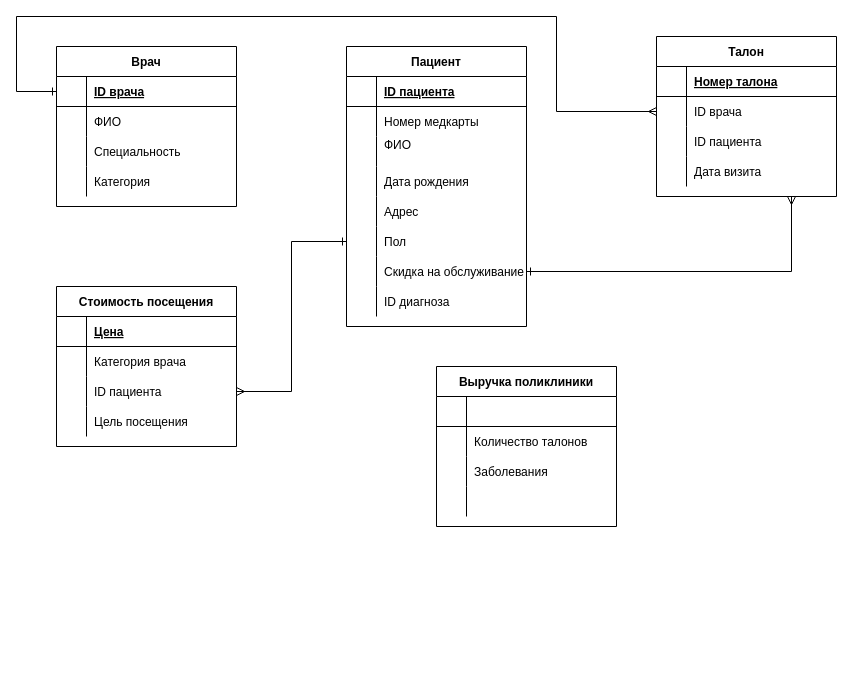
Above: Диаграмма без названия.drawio.xml in ValeriaLebedeva/ER_diagram (draw.io), before the change. Source tidied: cells renumbered, new cells numbered last; positions are measured from the earlier drawing's top-left corner, leaving out a move shared by most shapes. Both pictures are drawn from the tidied source at 100%, with x=0, y=0 at pixel (16, 16).
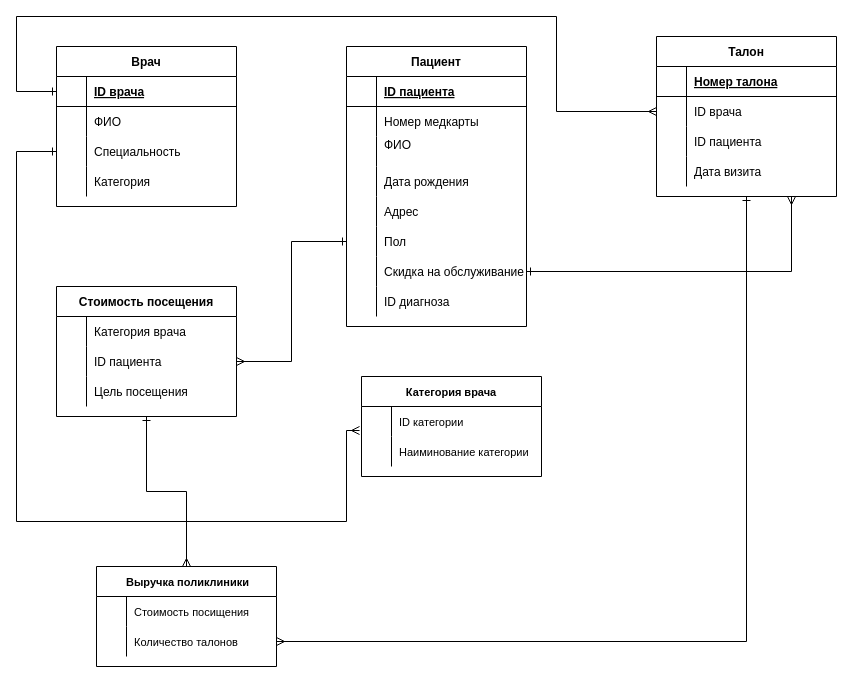
The same diagram, later.

The change refers to these unchanged cells:
```xml
<mxCell id="2" value="Врач" style="shape=table;startSize=30;childLayout=tableLayout;rowLines=0;fontStyle=1;align=center;" parent="1" vertex="1">
  <mxGeometry x="40" y="30" width="180" height="160" as="geometry" />
</mxCell>
<mxCell id="9" style="shape=tableRow;horizontal=0;startSize=0;swimlaneHead=0;swimlaneBody=0;fillColor=none;points=[[0,0.5],[1,0.5]];portConstraint=eastwest;top=0;left=0;right=0;bottom=0;" parent="2" vertex="1">
  <mxGeometry y="90" width="180" height="30" as="geometry" />
</mxCell>
<mxCell id="15" value="Талон" style="shape=table;startSize=30;childLayout=tableLayout;rowLines=0;fontStyle=1;align=center;" parent="1" vertex="1">
  <mxGeometry x="640" y="20" width="180" height="160" as="geometry" />
</mxCell>
<mxCell id="44" style="shape=tableRow;horizontal=0;startSize=0;swimlaneHead=0;swimlaneBody=0;fillColor=none;points=[[0,0.5],[1,0.5]];portConstraint=eastwest;top=0;left=0;right=0;bottom=0;" parent="28" vertex="1">
  <mxGeometry y="180" width="180" height="30" as="geometry" />
</mxCell>
```

Change to the diagram source:
```diff
@@
-    <mxCell id="6" style="shape=tableRow;horizontal=0;startSize=0;swimlaneHead=0;swimlaneBody=0;fillColor=none;top=0;left=0;right=0;bottom=0;" parent="2" vertex="1">
-      <mxGeometry y="60" width="180" height="30" as="geometry" />
-    </mxCell>
-    <mxCell id="7" style="shape=partialRectangle;fillColor=none;top=0;left=0;bottom=0;right=0;overflow=hidden;" parent="6" vertex="1">
-      <mxGeometry width="30" height="30" as="geometry" />
-    </mxCell>
+    <mxCell id="82" style="shape=tableRow;horizontal=0;startSize=0;swimlaneHead=0;swimlaneBody=0;fillColor=none;top=0;left=0;right=0;bottom=0;" parent="2" vertex="1">
+      <mxGeometry y="60" width="180" height="30" as="geometry" />
+    </mxCell>
+    <mxCell id="83" style="shape=partialRectangle;fillColor=none;top=0;left=0;bottom=0;right=0;overflow=hidden;" parent="82" vertex="1">
+      <mxGeometry width="30" height="30" as="geometry" />
+    </mxCell>
-    <mxCell id="8" value="ФИО" style="shape=partialRectangle;fillColor=none;top=0;left=0;bottom=0;right=0;align=left;spacingLeft=6;overflow=hidden;" parent="6" vertex="1">
+    <mxCell id="8" value="ФИО" style="shape=partialRectangle;fillColor=none;top=0;left=0;bottom=0;right=0;align=left;spacingLeft=6;overflow=hidden;" parent="82" vertex="1">
       <mxGeometry x="30" width="150" height="30" as="geometry" />
     </mxCell>
@@
+    <mxCell id="84" style="edgeStyle=orthogonalEdgeStyle;shape=connector;rounded=0;jettySize=auto;html=1;entryX=1;entryY=0.5;entryDx=0;entryDy=0;labelBackgroundColor=default;strokeColor=default;fontFamily=Helvetica;fontSize=11;fontColor=default;startArrow=ERone;startFill=0;endArrow=ERmany;endFill=0;" parent="1" edge="1" source="15" target="91">
+      <mxGeometry relative="1" as="geometry" />
+    </mxCell>
@@
+    <mxCell id="85" style="edgeStyle=orthogonalEdgeStyle;shape=connector;rounded=0;jettySize=auto;html=1;labelBackgroundColor=default;strokeColor=default;fontFamily=Helvetica;fontSize=11;fontColor=default;startArrow=ERone;startFill=0;endArrow=ERmany;endFill=0;" parent="1" edge="1" source="53" target="68">
+      <mxGeometry relative="1" as="geometry" />
+    </mxCell>
     <mxCell id="53" value="Стоимость посещения" style="shape=table;startSize=30;childLayout=tableLayout;rowLines=0;fontStyle=1;align=center;" parent="1" vertex="1">
-      <mxGeometry x="40" y="270" width="180" height="160" as="geometry" />
+      <mxGeometry x="40" y="270" width="180" height="130" as="geometry" />
     </mxCell>
-    <mxCell id="54" style="shape=tableRow;horizontal=0;startSize=0;swimlaneHead=0;swimlaneBody=0;fillColor=none;top=0;left=0;right=0;bottom=1;" parent="53" vertex="1">
-      <mxGeometry y="30" width="180" height="30" as="geometry" />
-    </mxCell>
-    <mxCell id="55" style="shape=partialRectangle;fillColor=none;top=0;left=0;bottom=0;right=0;fontStyle=1;overflow=hidden;" parent="54" vertex="1">
-      <mxGeometry width="30" height="30" as="geometry" />
-    </mxCell>
-    <mxCell id="56" value="Цена" style="shape=partialRectangle;fillColor=none;top=0;left=0;bottom=0;right=0;align=left;spacingLeft=6;fontStyle=5;overflow=hidden;" parent="54" vertex="1">
-      <mxGeometry x="30" width="150" height="30" as="geometry" />
-    </mxCell>
     <mxCell id="57" style="shape=tableRow;horizontal=0;startSize=0;swimlaneHead=0;swimlaneBody=0;fillColor=none;top=0;left=0;right=0;bottom=0;" parent="53" vertex="1">
-      <mxGeometry y="60" width="180" height="30" as="geometry" />
+      <mxGeometry y="30" width="180" height="30" as="geometry" />
     </mxCell>
@@
     <mxCell id="60" style="shape=tableRow;horizontal=0;startSize=0;swimlaneHead=0;swimlaneBody=0;fillColor=none;points=[[0,0.5],[1,0.5]];portConstraint=eastwest;top=0;left=0;right=0;bottom=0;" parent="53" vertex="1">
-      <mxGeometry y="90" width="180" height="30" as="geometry" />
+      <mxGeometry y="60" width="180" height="30" as="geometry" />
     </mxCell>
@@
     <mxCell id="63" style="shape=tableRow;horizontal=0;startSize=0;swimlaneHead=0;swimlaneBody=0;fillColor=none;top=0;left=0;right=0;bottom=0;" parent="53" vertex="1">
-      <mxGeometry y="120" width="180" height="30" as="geometry" />
+      <mxGeometry y="90" width="180" height="30" as="geometry" />
     </mxCell>
@@
+    <mxCell id="81" style="edgeStyle=orthogonalEdgeStyle;rounded=0;jettySize=auto;html=1;entryX=1;entryY=0.5;entryDx=0;entryDy=0;startArrow=ERone;startFill=0;endArrow=ERmany;endFill=0;" parent="1" edge="1" source="44" target="60">
+      <mxGeometry relative="1" as="geometry" />
+    </mxCell>
+    <mxCell id="86" style="edgeStyle=orthogonalEdgeStyle;shape=connector;rounded=0;jettySize=auto;html=1;entryX=-0.011;entryY=0.8;entryDx=0;entryDy=0;labelBackgroundColor=default;strokeColor=default;fontFamily=Helvetica;fontSize=11;fontColor=default;startArrow=ERone;startFill=0;endArrow=ERmany;endFill=0;entryPerimeter=0;" parent="1" edge="1" source="9" target="94">
+      <mxGeometry relative="1" as="geometry">
+        <Array as="points">
+          <mxPoint y="135" />
+          <mxPoint y="505" />
+          <mxPoint x="330" y="505" />
+          <mxPoint x="330" y="414" />
+        </Array>
+      </mxGeometry>
+    </mxCell>
+    <mxCell id="87" style="edgeStyle=orthogonalEdgeStyle;shape=connector;rounded=0;jettySize=auto;html=1;entryX=0;entryY=0.5;entryDx=0;entryDy=0;labelBackgroundColor=default;strokeColor=default;fontFamily=Helvetica;fontSize=11;fontColor=default;startArrow=ERone;startFill=0;endArrow=ERmany;endFill=0;" parent="1" edge="1" target="60">
+      <mxGeometry relative="1" as="geometry">
+        <Array as="points">
+          <mxPoint x="-60" y="135" />
+          <mxPoint x="-60" y="375" />
+        </Array>
+      </mxGeometry>
+    </mxCell>
-    <mxCell id="68" value="Выручка поликлиники" style="shape=table;startSize=30;childLayout=tableLayout;rowLines=0;fontStyle=1;align=center;" parent="1" vertex="1">
-      <mxGeometry x="420" y="350" width="180" height="160" as="geometry" />
+    <mxCell id="68" value=" Выручка поликлиники" style="shape=table;startSize=30;childLayout=tableLayout;rowLines=0;fontStyle=1;align=center;fontFamily=Helvetica;fontSize=11;fontColor=default;" parent="1" vertex="1">
+      <mxGeometry x="80" y="550" width="180" height="100" as="geometry" />
     </mxCell>
-    <mxCell id="69" style="shape=tableRow;horizontal=0;startSize=0;swimlaneHead=0;swimlaneBody=0;fillColor=none;top=0;left=0;right=0;bottom=1;" parent="68" vertex="1">
-      <mxGeometry y="30" width="180" height="30" as="geometry" />
-    </mxCell>
-    <mxCell id="70" style="shape=partialRectangle;fillColor=none;top=0;left=0;bottom=0;right=0;fontStyle=1;overflow=hidden;" parent="69" vertex="1">
-      <mxGeometry width="30" height="30" as="geometry" />
-    </mxCell>
-    <mxCell id="71" style="shape=partialRectangle;fillColor=none;top=0;left=0;bottom=0;right=0;align=left;spacingLeft=6;fontStyle=5;overflow=hidden;" parent="69" vertex="1">
-      <mxGeometry x="30" width="150" height="30" as="geometry" />
-    </mxCell>
-    <mxCell id="72" style="shape=tableRow;horizontal=0;startSize=0;swimlaneHead=0;swimlaneBody=0;fillColor=none;top=0;left=0;right=0;bottom=0;" parent="68" vertex="1">
-      <mxGeometry y="60" width="180" height="30" as="geometry" />
-    </mxCell>
-    <mxCell id="73" style="shape=partialRectangle;fillColor=none;top=0;left=0;bottom=0;right=0;overflow=hidden;" parent="72" vertex="1">
-      <mxGeometry width="30" height="30" as="geometry" />
-    </mxCell>
+    <mxCell id="88" style="shape=tableRow;horizontal=0;startSize=0;swimlaneHead=0;swimlaneBody=0;fillColor=none;top=0;left=0;right=0;bottom=0;fontFamily=Helvetica;fontSize=11;fontColor=default;" parent="68" vertex="1">
+      <mxGeometry y="30" width="180" height="30" as="geometry" />
+    </mxCell>
+    <mxCell id="89" style="shape=partialRectangle;fillColor=none;top=0;left=0;bottom=0;right=0;overflow=hidden;fontFamily=Helvetica;fontSize=11;fontColor=default;" parent="88" vertex="1">
+      <mxGeometry width="30" height="30" as="geometry" />
+    </mxCell>
+    <mxCell id="90" value="Стоимость посищения" style="shape=partialRectangle;fillColor=none;top=0;left=0;bottom=0;right=0;align=left;spacingLeft=6;overflow=hidden;fontFamily=Helvetica;fontSize=11;fontColor=default;" parent="88" vertex="1">
+      <mxGeometry x="30" width="150" height="30" as="geometry" />
+    </mxCell>
+    <mxCell id="91" style="shape=tableRow;horizontal=0;startSize=0;swimlaneHead=0;swimlaneBody=0;fillColor=none;points=[[0,0.5],[1,0.5]];portConstraint=eastwest;top=0;left=0;right=0;bottom=0;fontFamily=Helvetica;fontSize=11;fontColor=default;" parent="68" vertex="1">
+      <mxGeometry y="60" width="180" height="30" as="geometry" />
+    </mxCell>
+    <mxCell id="92" style="shape=partialRectangle;fillColor=none;top=0;left=0;bottom=0;right=0;overflow=hidden;fontFamily=Helvetica;fontSize=11;fontColor=default;" parent="91" vertex="1">
+      <mxGeometry width="30" height="30" as="geometry" />
+    </mxCell>
-    <mxCell id="74" value="Количество талонов" style="shape=partialRectangle;fillColor=none;top=0;left=0;bottom=0;right=0;align=left;spacingLeft=6;overflow=hidden;" parent="72" vertex="1">
+    <mxCell id="74" value="Количество талонов" style="shape=partialRectangle;fillColor=none;top=0;left=0;bottom=0;right=0;align=left;spacingLeft=6;overflow=hidden;fontFamily=Helvetica;fontSize=11;fontColor=default;" parent="91" vertex="1">
       <mxGeometry x="30" width="150" height="30" as="geometry" />
     </mxCell>
-    <mxCell id="75" style="shape=tableRow;horizontal=0;startSize=0;swimlaneHead=0;swimlaneBody=0;fillColor=none;top=0;left=0;right=0;bottom=0;" parent="68" vertex="1">
-      <mxGeometry y="90" width="180" height="30" as="geometry" />
-    </mxCell>
-    <mxCell id="76" style="shape=partialRectangle;fillColor=none;top=0;left=0;bottom=0;right=0;overflow=hidden;" parent="75" vertex="1">
-      <mxGeometry width="30" height="30" as="geometry" />
-    </mxCell>
-    <mxCell id="77" value="Заболевания" style="shape=partialRectangle;fillColor=none;top=0;left=0;bottom=0;right=0;align=left;spacingLeft=6;overflow=hidden;" parent="75" vertex="1">
-      <mxGeometry x="30" width="150" height="30" as="geometry" />
-    </mxCell>
-    <mxCell id="78" style="shape=tableRow;horizontal=0;startSize=0;swimlaneHead=0;swimlaneBody=0;fillColor=none;top=0;left=0;right=0;bottom=0;" parent="68" vertex="1">
-      <mxGeometry y="120" width="180" height="30" as="geometry" />
-    </mxCell>
-    <mxCell id="79" style="shape=partialRectangle;fillColor=none;top=0;left=0;bottom=0;right=0;overflow=hidden;" parent="78" vertex="1">
-      <mxGeometry width="30" height="30" as="geometry" />
-    </mxCell>
-    <mxCell id="80" style="shape=partialRectangle;fillColor=none;top=0;left=0;bottom=0;right=0;align=left;spacingLeft=6;overflow=hidden;" parent="78" vertex="1">
-      <mxGeometry x="30" width="150" height="30" as="geometry" />
-    </mxCell>
-    <mxCell id="81" style="edgeStyle=orthogonalEdgeStyle;rounded=0;jettySize=auto;html=1;entryX=1;entryY=0.5;entryDx=0;entryDy=0;startArrow=ERone;startFill=0;endArrow=ERmany;endFill=0;" parent="1" edge="1" source="44" target="60">
-      <mxGeometry relative="1" as="geometry" />
-    </mxCell>
+    <mxCell id="93" value="Категория врача" style="shape=table;startSize=30;childLayout=tableLayout;rowLines=0;fontStyle=1;align=center;fontFamily=Helvetica;fontSize=11;fontColor=default;" parent="1" vertex="1">
+      <mxGeometry x="345" y="360" width="180" height="100" as="geometry" />
+    </mxCell>
+    <mxCell id="94" style="shape=tableRow;horizontal=0;startSize=0;swimlaneHead=0;swimlaneBody=0;fillColor=none;points=[[0,0.5],[1,0.5]];portConstraint=eastwest;top=0;left=0;right=0;bottom=0;fontFamily=Helvetica;fontSize=11;fontColor=default;" parent="93" vertex="1">
+      <mxGeometry y="30" width="180" height="30" as="geometry" />
+    </mxCell>
+    <mxCell id="95" style="shape=partialRectangle;fillColor=none;top=0;left=0;bottom=0;right=0;overflow=hidden;fontFamily=Helvetica;fontSize=11;fontColor=default;" parent="94" vertex="1">
+      <mxGeometry width="30" height="30" as="geometry" />
+    </mxCell>
+    <mxCell id="96" value="ID категории" style="shape=partialRectangle;fillColor=none;top=0;left=0;bottom=0;right=0;align=left;spacingLeft=6;overflow=hidden;fontFamily=Helvetica;fontSize=11;fontColor=default;" parent="94" vertex="1">
+      <mxGeometry x="30" width="150" height="30" as="geometry" />
+    </mxCell>
+    <mxCell id="97" style="shape=tableRow;horizontal=0;startSize=0;swimlaneHead=0;swimlaneBody=0;fillColor=none;top=0;left=0;right=0;bottom=0;fontFamily=Helvetica;fontSize=11;fontColor=default;" parent="93" vertex="1">
+      <mxGeometry y="60" width="180" height="30" as="geometry" />
+    </mxCell>
+    <mxCell id="98" style="shape=partialRectangle;fillColor=none;top=0;left=0;bottom=0;right=0;overflow=hidden;fontFamily=Helvetica;fontSize=11;fontColor=default;" parent="97" vertex="1">
+      <mxGeometry width="30" height="30" as="geometry" />
+    </mxCell>
+    <mxCell id="99" value="Наиминование категории" style="shape=partialRectangle;fillColor=none;top=0;left=0;bottom=0;right=0;align=left;spacingLeft=6;overflow=hidden;fontFamily=Helvetica;fontSize=11;fontColor=default;" parent="97" vertex="1">
+      <mxGeometry x="30" width="150" height="30" as="geometry" />
+    </mxCell>
```
